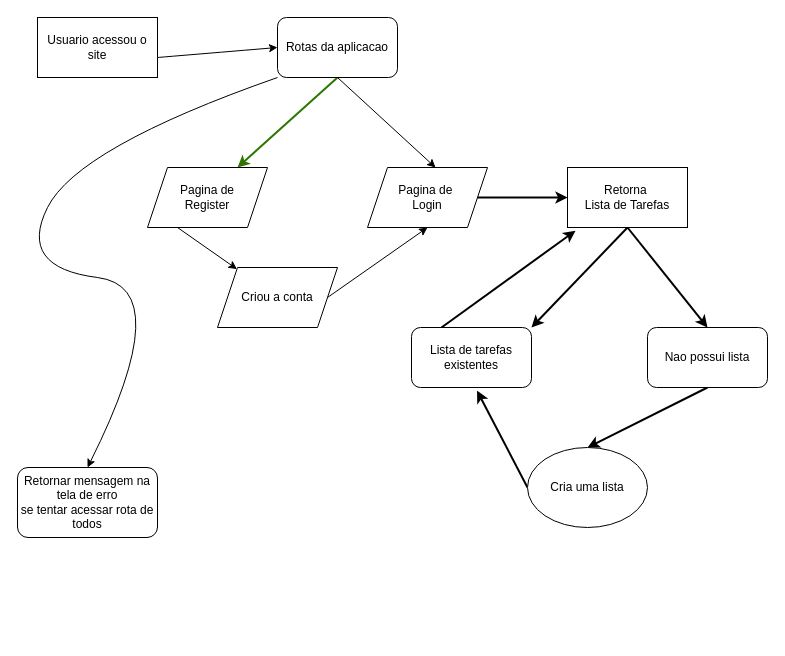
PedroVictor022/todoList-auth keeps this draw.io diagram as template.drawio. Above is the earlier version. Source tidied: cells renumbered, new cells numbered last; positions are measured from the earlier drawing's top-left corner, leaving out a move shared by most shapes. Both pictures are drawn from the tidied source at 100%, with x=0, y=0 at pixel (17, 17).
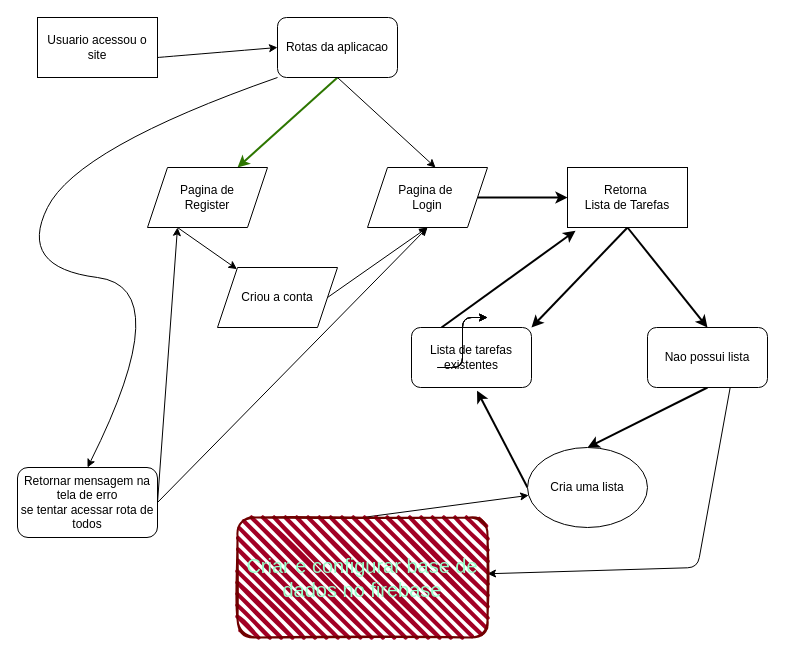
The same diagram, later.

The change refers to these unchanged cells:
```xml
<mxCell id="7" value="Pagina de &lt;br&gt;Register" style="shape=parallelogram;perimeter=parallelogramPerimeter;whiteSpace=wrap;html=1;fixedSize=1;" parent="1" vertex="1">
  <mxGeometry x="130" y="150" width="120" height="60" as="geometry" />
</mxCell>
<mxCell id="19" value="Nao possui lista" style="rounded=1;whiteSpace=wrap;html=1;" parent="1" vertex="1">
  <mxGeometry x="630" y="310" width="120" height="60" as="geometry" />
</mxCell>
<mxCell id="21" value="Cria uma lista" style="ellipse;whiteSpace=wrap;html=1;" parent="1" vertex="1">
  <mxGeometry x="510" y="430" width="120" height="80" as="geometry" />
</mxCell>
<mxCell id="22" value="Retornar mensagem na tela de erro&lt;br&gt;se tentar acessar rota de todos" style="rounded=1;whiteSpace=wrap;html=1;" parent="1" vertex="1">
  <mxGeometry y="450" width="140" height="70" as="geometry" />
</mxCell>
```

Diff of the diagram source:
```diff
@@
+    <mxCell id="24" style="edgeStyle=none;html=1;exitX=0.689;exitY=1.001;exitDx=0;exitDy=0;fontSize=20;fontColor=#99FFCC;exitPerimeter=0;" parent="1" edge="1" source="19" target="28">
+      <mxGeometry relative="1" as="geometry">
+        <Array as="points">
+          <mxPoint x="680" y="550" />
+        </Array>
+      </mxGeometry>
+    </mxCell>
@@
+    <mxCell id="25" style="edgeStyle=none;html=1;exitX=1;exitY=0.5;exitDx=0;exitDy=0;entryX=0.25;entryY=1;entryDx=0;entryDy=0;fontSize=20;fontColor=#99FFCC;" parent="1" edge="1" source="22" target="7">
+      <mxGeometry relative="1" as="geometry" />
+    </mxCell>
+    <mxCell id="26" style="edgeStyle=none;html=1;exitX=1;exitY=0.5;exitDx=0;exitDy=0;fontSize=20;fontColor=#99FFCC;" parent="1" edge="1" source="22">
+      <mxGeometry relative="1" as="geometry">
+        <mxPoint x="410" y="210" as="targetPoint" />
+      </mxGeometry>
+    </mxCell>
@@
+    <mxCell id="27" style="edgeStyle=none;html=1;exitX=0.5;exitY=0;exitDx=0;exitDy=0;fontSize=20;fontColor=#99FFCC;" parent="1" edge="1" source="28" target="21">
+      <mxGeometry relative="1" as="geometry" />
+    </mxCell>
+    <mxCell id="28" value="&lt;font style=&quot;font-size: 20px&quot; color=&quot;#99ffcc&quot;&gt;Criar e configurar base de dados no firebase&lt;/font&gt;&lt;br&gt;" style="rounded=1;whiteSpace=wrap;html=1;strokeWidth=2;fillWeight=4;hachureGap=8;hachureAngle=45;fillColor=#a20025;sketch=1;fontColor=#ffffff;strokeColor=#6F0000;" parent="1" vertex="1">
+      <mxGeometry x="220" y="500" width="250" height="120" as="geometry" />
+    </mxCell>
+    <mxCell id="29" style="edgeStyle=elbowEdgeStyle;elbow=horizontal;endArrow=classic;html=1;fontSize=20;fontColor=#99FFCC;" parent="1" edge="1">
+      <mxGeometry relative="1" as="geometry">
+        <mxPoint x="420" y="350" as="sourcePoint" />
+        <mxPoint x="470" y="300" as="targetPoint" />
+      </mxGeometry>
+    </mxCell>
+    <mxCell id="30" style="edgeStyle=elbowEdgeStyle;elbow=horizontal;endArrow=classic;html=1;fontSize=20;fontColor=#99FFCC;" parent="1" edge="1">
+      <mxGeometry relative="1" as="geometry">
+        <mxPoint x="420" y="350" as="sourcePoint" />
+        <mxPoint x="470" y="300" as="targetPoint" />
+      </mxGeometry>
+    </mxCell>
+    <mxCell id="31" style="edgeStyle=elbowEdgeStyle;elbow=horizontal;endArrow=classic;html=1;fontSize=20;fontColor=#99FFCC;" parent="1" edge="1">
+      <mxGeometry relative="1" as="geometry">
+        <mxPoint x="420" y="350" as="sourcePoint" />
+        <mxPoint x="470" y="300" as="targetPoint" />
+      </mxGeometry>
+    </mxCell>
```
